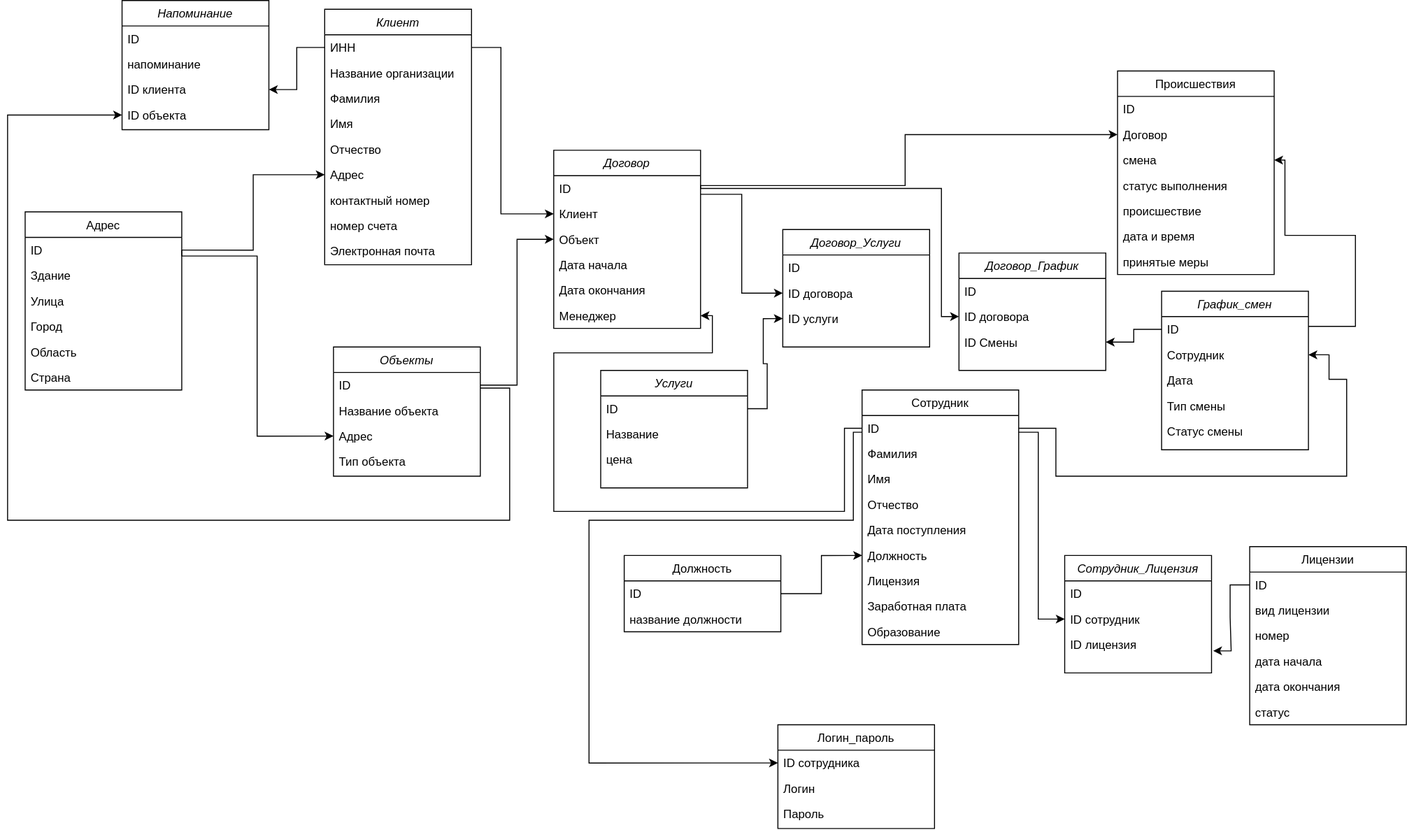
Ancilot/CursSYBD keeps this draw.io diagram as Диаграммавания.svg. Above is the earlier version. Source tidied: cells renumbered, new cells last; positions are measured from the earlier drawing's top-left corner, leaving out a move shared by most shapes.
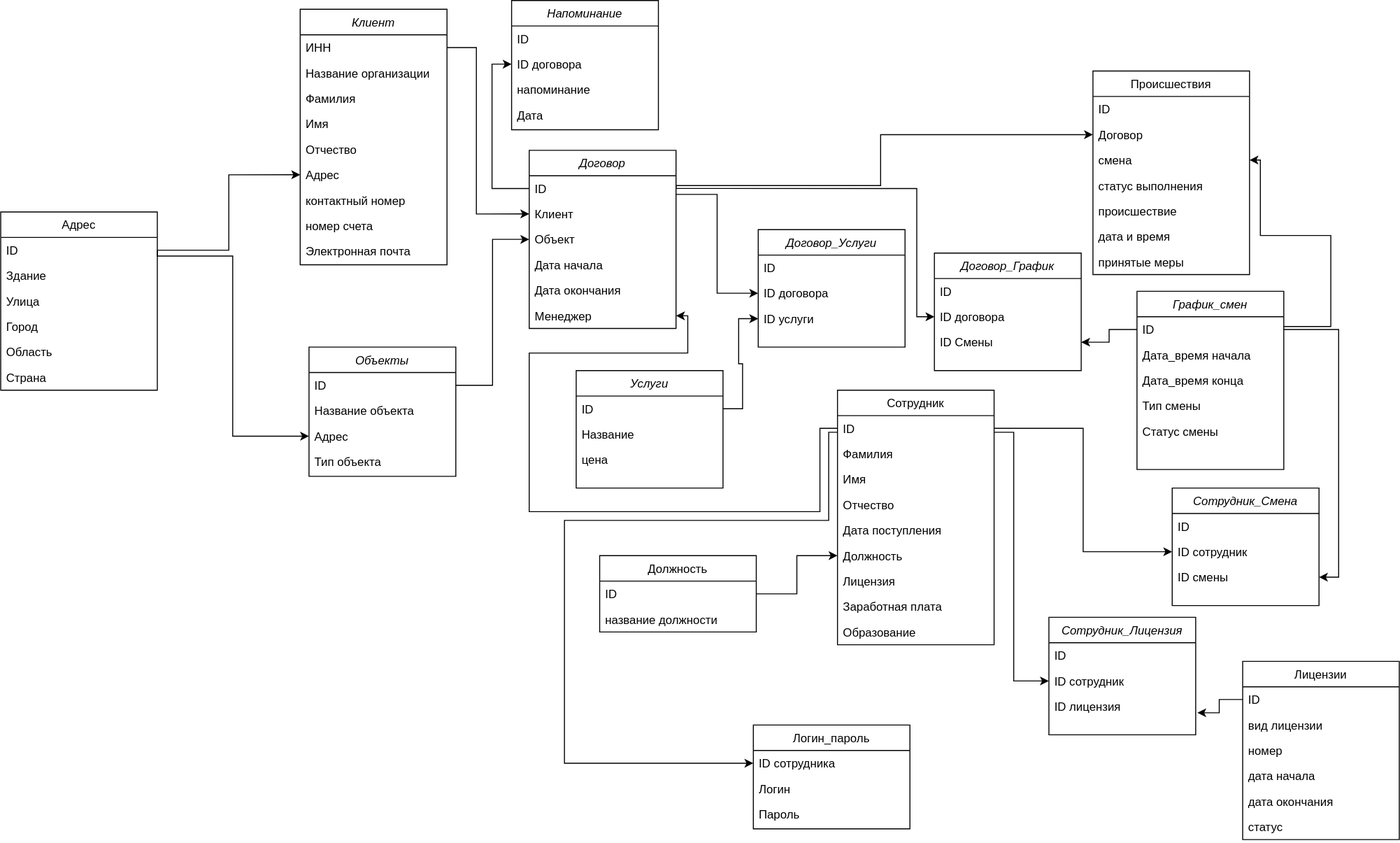
Later version of the same file.

The edit, as a diff of the source:
```diff
@@ -87,7 +87,7 @@
       <mxGeometry y="156" width="150" height="26" as="geometry" />
     </mxCell>
     <mxCell id="30" value="Лицензии" style="swimlane;fontStyle=0;align=center;verticalAlign=top;horizontal=1;startSize=26;rounded=0;shadow=0;strokeWidth=1;" parent="1" vertex="1">
-      <mxGeometry x="1269" y="558" width="160" height="182" as="geometry" />
+      <mxGeometry x="1287" y="675" width="160" height="182" as="geometry" />
     </mxCell>
     <mxCell id="31" value="ID" style="text;align=left;verticalAlign=top;spacingLeft=4;spacingRight=4;overflow=hidden;points=[[0,0.5],[1,0.5]];portConstraint=eastwest;" parent="30" vertex="1">
       <mxGeometry y="26" width="160" height="26" as="geometry" />
@@ -185,35 +185,23 @@
       </mxGeometry>
     </mxCell>
     <mxCell id="61" value="График_смен" style="swimlane;fontStyle=2;align=center;verticalAlign=top;horizontal=1;startSize=26;rounded=0;shadow=0;strokeWidth=1;" parent="1" vertex="1">
-      <mxGeometry x="1179" y="297" width="150" height="162" as="geometry" />
+      <mxGeometry x="1179" y="297" width="150" height="182" as="geometry" />
     </mxCell>
     <mxCell id="62" value="ID" style="text;align=left;verticalAlign=top;spacingLeft=4;spacingRight=4;overflow=hidden;points=[[0,0.5],[1,0.5]];portConstraint=eastwest;" parent="61" vertex="1">
       <mxGeometry y="26" width="150" height="26" as="geometry" />
     </mxCell>
-    <mxCell id="63" value="Сотрудник" style="text;align=left;verticalAlign=top;spacingLeft=4;spacingRight=4;overflow=hidden;points=[[0,0.5],[1,0.5]];portConstraint=eastwest;rounded=0;shadow=0;html=0;" parent="61" vertex="1">
-      <mxGeometry y="52" width="150" height="26" as="geometry" />
-    </mxCell>
-    <mxCell id="64" value="Дата" style="text;align=left;verticalAlign=top;spacingLeft=4;spacingRight=4;overflow=hidden;rounded=0;shadow=0;html=0;" parent="61" vertex="1">
-      <mxGeometry y="78" width="150" height="26" as="geometry" />
+    <mxCell id="64" value="Дата_время начала" style="text;align=left;verticalAlign=top;spacingLeft=4;spacingRight=4;overflow=hidden;rounded=0;shadow=0;html=0;" parent="61" vertex="1">
+      <mxGeometry y="52" width="150" height="26" as="geometry" />
     </mxCell>
+    <mxCell id="108" value="Дата_время конца" style="text;align=left;verticalAlign=top;spacingLeft=4;spacingRight=4;overflow=hidden;rounded=0;shadow=0;html=0;" parent="61" vertex="1">
+      <mxGeometry y="78" width="150" height="26" as="geometry" />
+    </mxCell>
     <mxCell id="65" value="Тип смены" style="text;align=left;verticalAlign=top;spacingLeft=4;spacingRight=4;overflow=hidden;rounded=0;shadow=0;html=0;" parent="61" vertex="1">
       <mxGeometry y="104" width="150" height="26" as="geometry" />
     </mxCell>
     <mxCell id="66" value="Статус смены" style="text;align=left;verticalAlign=top;spacingLeft=4;spacingRight=4;overflow=hidden;rounded=0;shadow=0;html=0;" parent="61" vertex="1">
       <mxGeometry y="130" width="150" height="26" as="geometry" />
     </mxCell>
-    <mxCell id="67" style="edgeStyle=orthogonalEdgeStyle;rounded=0;jettySize=auto;html=1;entryX=1;entryY=0.5;entryDx=0;entryDy=0;" parent="1" edge="1" source="7" target="63">
-      <mxGeometry relative="1" as="geometry">
-        <Array as="points">
-          <mxPoint x="1071" y="437" />
-          <mxPoint x="1071" y="486" />
-          <mxPoint x="1368" y="486" />
-          <mxPoint x="1368" y="387" />
-          <mxPoint x="1350" y="387" />
-          <mxPoint x="1350" y="362" />
-        </Array>
-      </mxGeometry>
-    </mxCell>
     <mxCell id="68" style="edgeStyle=orthogonalEdgeStyle;rounded=0;jettySize=auto;html=1;exitX=1;exitY=0.5;exitDx=0;exitDy=0;entryX=0;entryY=0.5;entryDx=0;entryDy=0;" parent="1" edge="1" source="24" target="43">
       <mxGeometry relative="1" as="geometry">
         <Array as="points">
@@ -251,20 +239,20 @@
       </mxGeometry>
     </mxCell>
     <mxCell id="76" value="Напоминание" style="swimlane;fontStyle=2;align=center;verticalAlign=top;horizontal=1;startSize=26;rounded=0;shadow=0;strokeWidth=1;" parent="1" vertex="1">
-      <mxGeometry x="117" width="150" height="132" as="geometry" />
+      <mxGeometry x="540" width="150" height="132" as="geometry" />
     </mxCell>
     <mxCell id="77" value="ID" style="text;align=left;verticalAlign=top;spacingLeft=4;spacingRight=4;overflow=hidden;" parent="76" vertex="1">
       <mxGeometry y="26" width="150" height="26" as="geometry" />
     </mxCell>
+    <mxCell id="109" value="ID договора" style="text;align=left;verticalAlign=top;spacingLeft=4;spacingRight=4;overflow=hidden;points=[[0,0.5],[1,0.5]];portConstraint=eastwest;" parent="76" vertex="1">
+      <mxGeometry y="52" width="150" height="26" as="geometry" />
+    </mxCell>
     <mxCell id="78" value="напоминание" style="text;align=left;verticalAlign=top;spacingLeft=4;spacingRight=4;overflow=hidden;" parent="76" vertex="1">
-      <mxGeometry y="52" width="150" height="26" as="geometry" />
+      <mxGeometry y="78" width="150" height="26" as="geometry" />
     </mxCell>
-    <mxCell id="79" value="ID клиента" style="text;align=left;verticalAlign=top;spacingLeft=4;spacingRight=4;overflow=hidden;points=[[0,0.5],[1,0.5]];portConstraint=eastwest;" parent="76" vertex="1">
-      <mxGeometry y="78" width="150" height="26" as="geometry" />
-    </mxCell>
-    <mxCell id="80" value="ID объекта" style="text;align=left;verticalAlign=top;spacingLeft=4;spacingRight=4;overflow=hidden;points=[[0,0.5],[1,0.5]];portConstraint=eastwest;rounded=0;shadow=0;html=0;" parent="76" vertex="1">
-      <mxGeometry y="104" width="150" height="26" as="geometry" />
-    </mxCell>
+    <mxCell id="110" value="Дата" style="text;align=left;verticalAlign=top;spacingLeft=4;spacingRight=4;overflow=hidden;" parent="76" vertex="1">
+      <mxGeometry y="104" width="150" height="26" as="geometry" />
+    </mxCell>
     <mxCell id="81" value="Услуги" style="swimlane;fontStyle=2;align=center;verticalAlign=top;horizontal=1;startSize=26;rounded=0;shadow=0;strokeWidth=1;" parent="1" vertex="1">
       <mxGeometry x="606" y="378" width="150" height="120" as="geometry" />
     </mxCell>
@@ -312,7 +300,7 @@
       </mxGeometry>
     </mxCell>
     <mxCell id="93" value="Сотрудник_Лицензия" style="swimlane;fontStyle=2;align=center;verticalAlign=top;horizontal=1;startSize=26;rounded=0;shadow=0;strokeWidth=1;" parent="1" vertex="1">
-      <mxGeometry x="1080" y="567" width="150" height="120" as="geometry" />
+      <mxGeometry x="1089" y="630" width="150" height="120" as="geometry" />
     </mxCell>
     <mxCell id="94" value="ID" style="text;align=left;verticalAlign=top;spacingLeft=4;spacingRight=4;overflow=hidden;" parent="93" vertex="1">
       <mxGeometry y="26" width="150" height="26" as="geometry" />
@@ -340,23 +328,10 @@
       <mxGeometry relative="1" as="geometry">
         <Array as="points">
           <mxPoint x="1053" y="441" />
-          <mxPoint x="1053" y="632" />
+          <mxPoint x="1053" y="695" />
         </Array>
       </mxGeometry>
     </mxCell>
-    <mxCell id="100" style="edgeStyle=orthogonalEdgeStyle;rounded=0;jettySize=auto;html=1;entryX=1;entryY=0.5;entryDx=0;entryDy=0;" parent="1" edge="1" source="50" target="79">
-      <mxGeometry relative="1" as="geometry" />
-    </mxCell>
-    <mxCell id="101" style="edgeStyle=orthogonalEdgeStyle;rounded=0;jettySize=auto;html=1;entryX=0;entryY=0.5;entryDx=0;entryDy=0;" parent="1" edge="1" source="70" target="80">
-      <mxGeometry relative="1" as="geometry">
-        <Array as="points">
-          <mxPoint x="513" y="396" />
-          <mxPoint x="513" y="531" />
-          <mxPoint y="531" />
-          <mxPoint y="117" />
-        </Array>
-      </mxGeometry>
-    </mxCell>
     <mxCell id="102" value="Логин_пароль" style="swimlane;fontStyle=0;align=center;verticalAlign=top;horizontal=1;startSize=26;rounded=0;shadow=0;strokeWidth=1;" parent="1" vertex="1">
       <mxGeometry x="787" y="740" width="160" height="106" as="geometry" />
     </mxCell>
@@ -391,5 +366,26 @@
         </Array>
       </mxGeometry>
     </mxCell>
+    <mxCell id="111" value="Сотрудник_Смена" style="swimlane;fontStyle=2;align=center;verticalAlign=top;horizontal=1;startSize=26;rounded=0;shadow=0;strokeWidth=1;" parent="1" vertex="1">
+      <mxGeometry x="1215" y="498" width="150" height="120" as="geometry" />
+    </mxCell>
+    <mxCell id="112" value="ID" style="text;align=left;verticalAlign=top;spacingLeft=4;spacingRight=4;overflow=hidden;" parent="111" vertex="1">
+      <mxGeometry y="26" width="150" height="26" as="geometry" />
+    </mxCell>
+    <mxCell id="113" value="ID сотрудник" style="text;align=left;verticalAlign=top;spacingLeft=4;spacingRight=4;overflow=hidden;points=[[0,0.5],[1,0.5]];portConstraint=eastwest;rounded=0;shadow=0;html=0;" parent="111" vertex="1">
+      <mxGeometry y="52" width="150" height="26" as="geometry" />
+    </mxCell>
+    <mxCell id="114" value="ID смены" style="text;align=left;verticalAlign=top;spacingLeft=4;spacingRight=4;overflow=hidden;points=[[0,0.5],[1,0.5]];portConstraint=eastwest;" parent="111" vertex="1">
+      <mxGeometry y="78" width="150" height="26" as="geometry" />
+    </mxCell>
+    <mxCell id="115" style="edgeStyle=orthogonalEdgeStyle;rounded=0;jettySize=auto;html=1;entryX=0;entryY=0.5;entryDx=0;entryDy=0;" parent="1" edge="1" source="7" target="113">
+      <mxGeometry relative="1" as="geometry" />
+    </mxCell>
+    <mxCell id="116" style="edgeStyle=orthogonalEdgeStyle;rounded=0;jettySize=auto;html=1;entryX=1;entryY=0.5;entryDx=0;entryDy=0;" parent="1" edge="1" source="62" target="114">
+      <mxGeometry relative="1" as="geometry" />
+    </mxCell>
+    <mxCell id="117" style="edgeStyle=orthogonalEdgeStyle;rounded=0;jettySize=auto;html=1;entryX=0;entryY=0.5;entryDx=0;entryDy=0;" parent="1" edge="1" source="24" target="109">
+      <mxGeometry relative="1" as="geometry" />
+    </mxCell>
   </root>
 </mxGraphModel>
```
